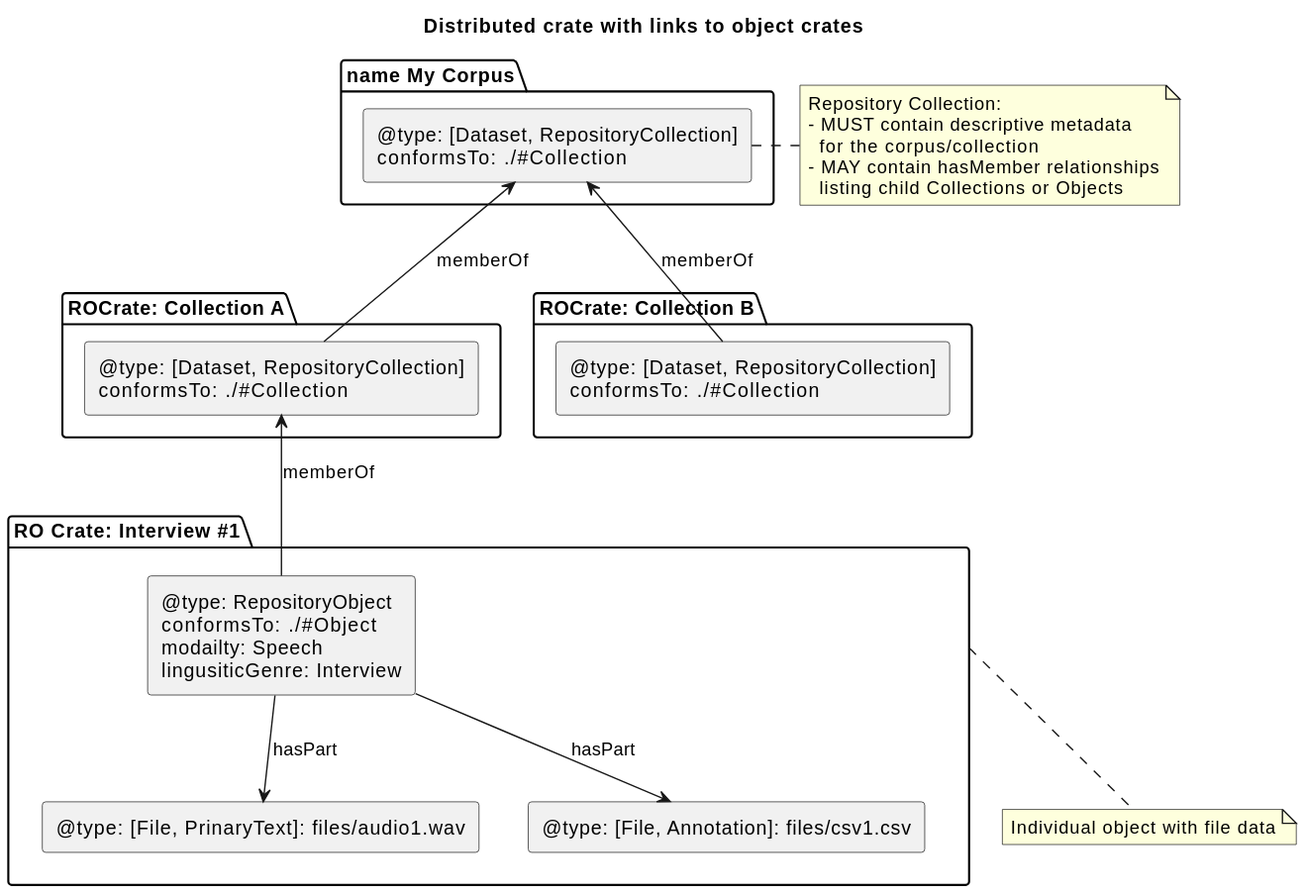
Above: profile/media/distributed-crates.svg in Language-Research-Technology/ldac-profile (PlantUML), before the change.
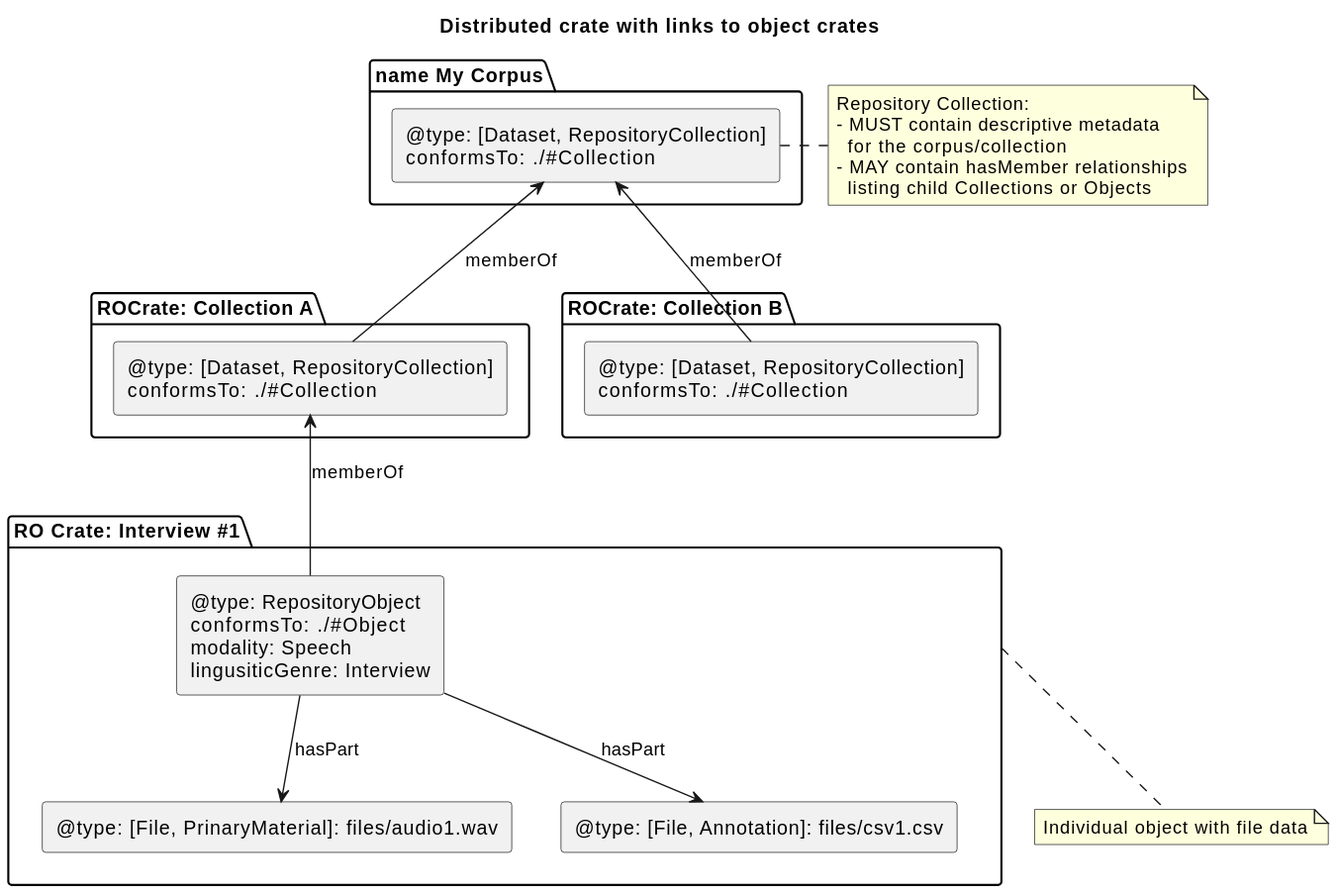
The same diagram one commit later.

Diff of the diagram source:
```diff
@@ -25,10 +25,10 @@
 
 
 package "RO Crate: Interview #1" as ec2 {
-  rectangle "@type: RepositoryObject\nconformsTo: ./#Object\nmodailty: Speech\nlingusiticGenre: Interview" as eo1 {
+  rectangle "@type: RepositoryObject\nconformsTo: ./#Object\nmodality: Speech\nlingusiticGenre: Interview" as eo1 {
 
    }
-   rectangle "@type: [File, PrinaryText]:  files/audio1.wav" as ea1
+   rectangle "@type: [File, PrinaryMaterial]:  files/audio1.wav" as ea1
    rectangle "@type: [File, Annotation]: files/csv1.csv" as ecsv1
    }
 
```
